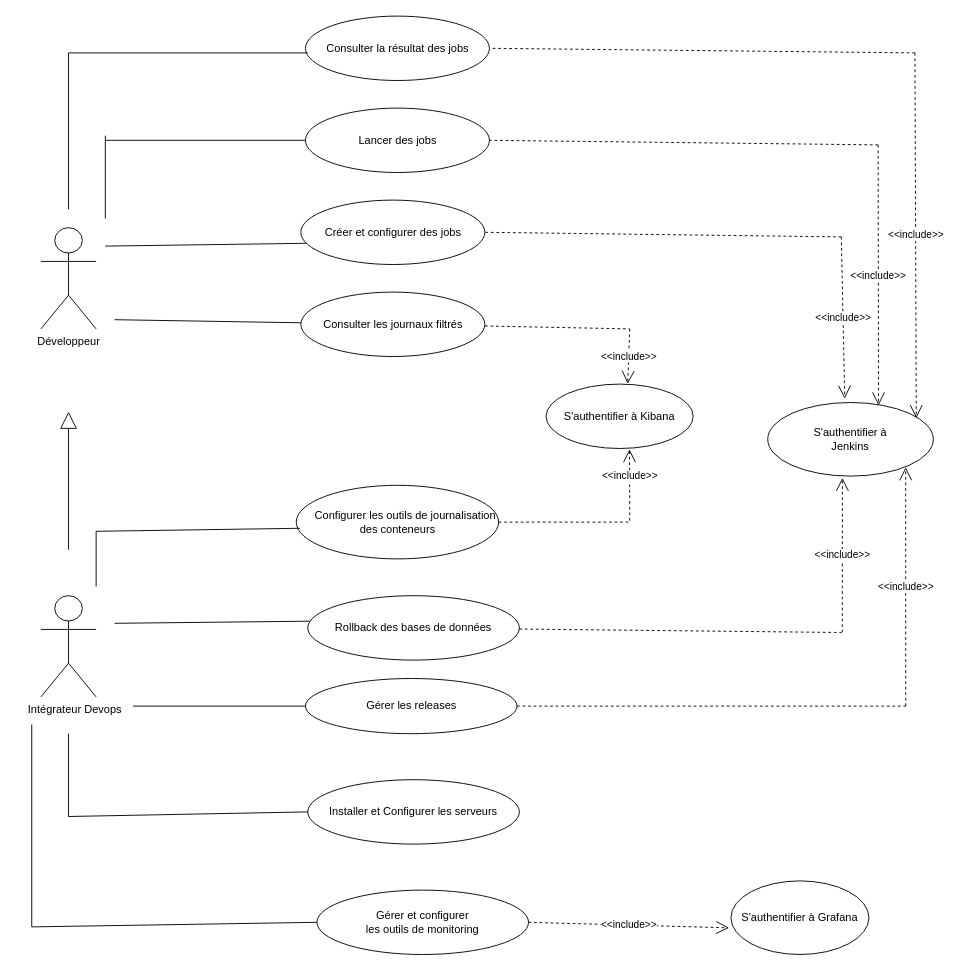
Earlier version of the draw.io diagram page "Page-13" (13 of 14) of Diagramme sans nom.drawio (EmiraDga/CanvasAnimation). Source tidied: cells renumbered, new cells numbered last; positions are measured from the earlier drawing's top-left corner, leaving out a move shared by most shapes. Both pictures are drawn from the tidied source at 92%, with x=0, y=0 at pixel (31, 16).
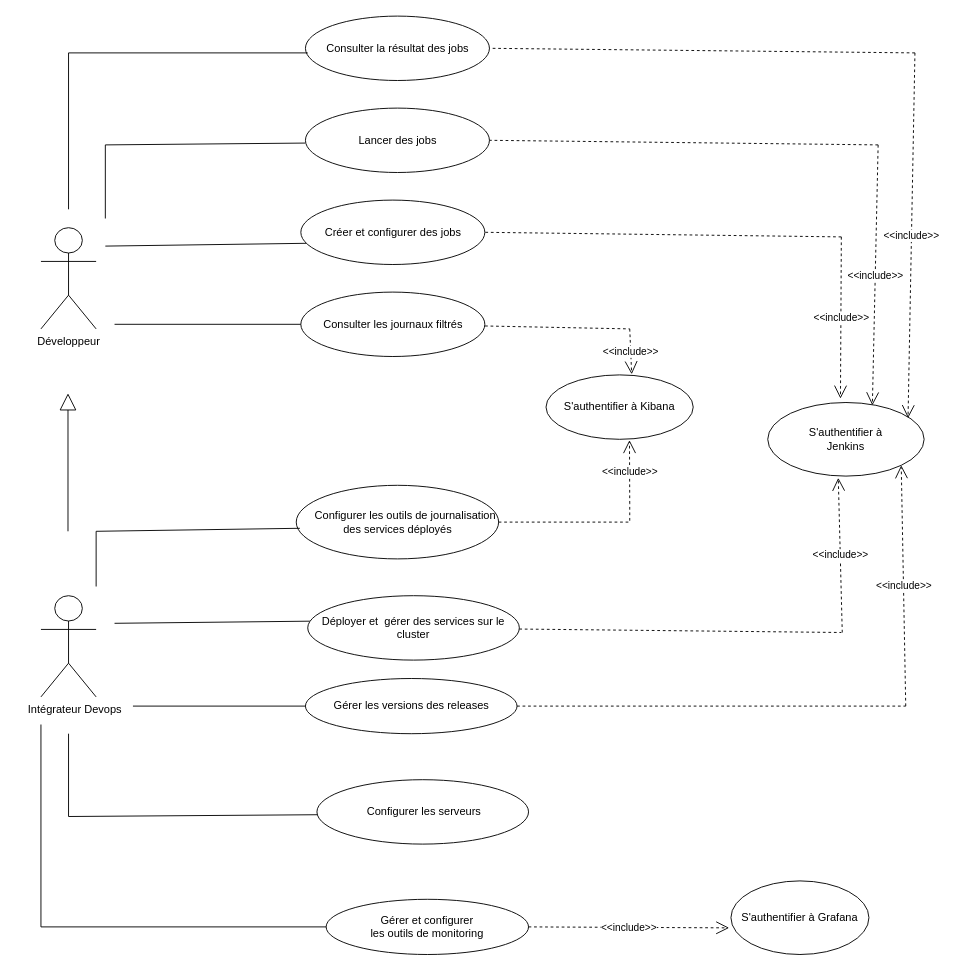
The same diagram, later.

Commit message:
Mettre à jour Diagramme sans nom.drawio

Unchanged cells that the change refers to:
```xml
<mxCell id="4" value="Consulter les journaux filtrés " style="ellipse;whiteSpace=wrap;html=1;" parent="1" vertex="1">
  <mxGeometry x="292.5" y="300" width="200" height="70" as="geometry" />
</mxCell>
<mxCell id="9" value="Lancer des jobs" style="ellipse;whiteSpace=wrap;html=1;" parent="1" vertex="1">
  <mxGeometry x="297.5" y="100" width="200" height="70" as="geometry" />
</mxCell>
```

The edit, as a diff of the source:
```diff
@@
-    <mxCell id="2" value="&lt;div&gt;&amp;nbsp;&amp;nbsp;&amp;nbsp;&amp;nbsp; Configurer les outils de journalisation des conteneurs&lt;br&gt;&lt;/div&gt;" style="ellipse;whiteSpace=wrap;html=1;" parent="1" vertex="1">
+    <mxCell id="2" value="&lt;div&gt;&amp;nbsp;&amp;nbsp;&amp;nbsp;&amp;nbsp; Configurer les outils de journalisation des services déployés&lt;br&gt;&lt;/div&gt;" style="ellipse;whiteSpace=wrap;html=1;" parent="1" vertex="1">
       <mxGeometry x="287.5" y="510" width="220" height="80" as="geometry" />
     </mxCell>
     <mxCell id="3" value="S'authentifier à Kibana" style="ellipse;whiteSpace=wrap;html=1;" parent="1" vertex="1">
-      <mxGeometry x="559" y="400" width="160" height="70" as="geometry" />
+      <mxGeometry x="559" y="390" width="160" height="70" as="geometry" />
     </mxCell>
@@
-    <mxCell id="5" value="Installer et Configurer les serveurs" style="ellipse;whiteSpace=wrap;html=1;" parent="1" vertex="1">
-      <mxGeometry x="300" y="830" width="230" height="70" as="geometry" />
+    <mxCell id="5" value="&amp;nbsp;Configurer les serveurs" style="ellipse;whiteSpace=wrap;html=1;" parent="1" vertex="1">
+      <mxGeometry x="310" y="830" width="230" height="70" as="geometry" />
     </mxCell>
     <mxCell id="6" value="Gérer et configurer &lt;br&gt;les outils de monitoring" style="ellipse;whiteSpace=wrap;html=1;" parent="1" vertex="1">
-      <mxGeometry x="310" y="950" width="230" height="70" as="geometry" />
+      <mxGeometry x="320" y="960" width="220" height="60" as="geometry" />
     </mxCell>
@@
     <mxCell id="11" value="S'authentifier à &lt;br&gt;&lt;div&gt;Jenkins&lt;/div&gt;" style="ellipse;whiteSpace=wrap;html=1;" parent="1" vertex="1">
-      <mxGeometry x="800" y="420" width="180" height="80" as="geometry" />
+      <mxGeometry x="800" y="420" width="170" height="80" as="geometry" />
     </mxCell>
     <mxCell id="12" style="endArrow=none;html=1;rounded=0;" parent="1" edge="1" target="4">
       <mxGeometry relative="1" as="geometry">
-        <mxPoint x="90" y="330" as="sourcePoint" />
+        <mxPoint x="90" y="335" as="sourcePoint" />
       </mxGeometry>
     </mxCell>
@@
-    <mxCell id="14" style="endArrow=none;html=1;rounded=0;entryX=0;entryY=0.5;entryDx=0;entryDy=0;" parent="1" edge="1" target="9">
-      <mxGeometry relative="1" as="geometry">
-        <mxPoint x="80" y="135" as="sourcePoint" />
-      </mxGeometry>
-    </mxCell>
@@
-    <mxCell id="17" value="&amp;lt;&amp;lt;include&amp;gt;&amp;gt;" style="endArrow=open;endSize=12;dashed=1;html=1;rounded=0;entryX=0.555;entryY=-0.004;entryDx=0;entryDy=0;entryPerimeter=0;" parent="1" edge="1" target="3">
+    <mxCell id="17" value="&amp;lt;&amp;lt;include&amp;gt;&amp;gt;" style="endArrow=open;endSize=12;dashed=1;html=1;rounded=0;entryX=0.582;entryY=-0.01;entryDx=0;entryDy=0;entryPerimeter=0;" parent="1" edge="1" target="3">
       <mxGeometry relative="1" as="geometry">
         <mxPoint x="650" y="340" as="sourcePoint" />
       </mxGeometry>
     </mxCell>
@@
-    <mxCell id="28" value="Gérer les releases" style="ellipse;whiteSpace=wrap;html=1;" parent="1" vertex="1">
+    <mxCell id="28" value="Gérer les versions des releases" style="ellipse;whiteSpace=wrap;html=1;" parent="1" vertex="1">
       <mxGeometry x="297.5" y="720" width="230" height="60" as="geometry" />
     </mxCell>
@@
-    <mxCell id="30" value="&amp;lt;&amp;lt;include&amp;gt;&amp;gt;" style="endArrow=open;endSize=12;dashed=1;html=1;rounded=0;entryX=0.833;entryY=0.881;entryDx=0;entryDy=0;entryPerimeter=0;" parent="1" edge="1" target="11">
+    <mxCell id="30" value="&amp;lt;&amp;lt;include&amp;gt;&amp;gt;" style="endArrow=open;endSize=12;dashed=1;html=1;rounded=0;entryX=1;entryY=1;entryDx=0;entryDy=0;" parent="1" edge="1" target="11">
       <mxGeometry relative="1" as="geometry">
         <mxPoint x="950" y="750" as="sourcePoint" />
       </mxGeometry>
     </mxCell>
@@
-    <mxCell id="35" value="Rollback des bases de données" style="ellipse;whiteSpace=wrap;html=1;" parent="1" vertex="1">
+    <mxCell id="35" value="Déployer et&amp;nbsp; gérer des services sur le cluster" style="ellipse;whiteSpace=wrap;html=1;" parent="1" vertex="1">
       <mxGeometry x="300" y="630" width="230" height="70" as="geometry" />
     </mxCell>
-    <mxCell id="36" style="endArrow=none;html=1;rounded=0;entryX=0;entryY=0.5;entryDx=0;entryDy=0;" parent="1" edge="1" target="5">
-      <mxGeometry relative="1" as="geometry">
-        <mxPoint x="40" y="870" as="sourcePoint" />
-      </mxGeometry>
-    </mxCell>
@@
-    <mxCell id="38" style="endArrow=none;html=1;rounded=0;entryX=0;entryY=0.5;entryDx=0;entryDy=0;" parent="1" edge="1" target="6">
-      <mxGeometry relative="1" as="geometry">
-        <mxPoint y="990" as="sourcePoint" />
-      </mxGeometry>
-    </mxCell>
     <mxCell id="39" style="endArrow=none;html=1;rounded=0;" parent="1" edge="1">
       <mxGeometry relative="1" as="geometry">
-        <mxPoint y="990" as="sourcePoint" />
-        <mxPoint y="770" as="targetPoint" />
+        <mxPoint x="10" y="990" as="sourcePoint" />
+        <mxPoint x="10" y="770" as="targetPoint" />
       </mxGeometry>
     </mxCell>
@@
     <mxCell id="43" style="endArrow=none;html=1;rounded=0;" parent="1" edge="1">
       <mxGeometry relative="1" as="geometry">
         <mxPoint x="80" y="220" as="sourcePoint" />
-        <mxPoint x="80" y="130" as="targetPoint" />
+        <mxPoint x="80" y="140" as="targetPoint" />
       </mxGeometry>
     </mxCell>
     <mxCell id="44" style="endArrow=block;endSize=16;endFill=0;html=1;rounded=0;" parent="1" edge="1">
       <mxGeometry relative="1" as="geometry">
-        <mxPoint x="40" y="580" as="sourcePoint" />
-        <mxPoint x="40" y="430" as="targetPoint" />
+        <mxPoint x="39.4" y="560" as="sourcePoint" />
+        <mxPoint x="39.4" y="410" as="targetPoint" />
       </mxGeometry>
     </mxCell>
@@
+    <mxCell id="46" style="endArrow=none;html=1;rounded=0;entryX=0.002;entryY=0.544;entryDx=0;entryDy=0;entryPerimeter=0;" parent="1" edge="1" target="5">
+      <mxGeometry relative="1" as="geometry">
+        <mxPoint x="40" y="870" as="sourcePoint" />
+      </mxGeometry>
+    </mxCell>
+    <mxCell id="47" style="endArrow=none;html=1;rounded=0;entryX=0;entryY=0.5;entryDx=0;entryDy=0;" parent="1" edge="1" target="6">
+      <mxGeometry relative="1" as="geometry">
+        <mxPoint x="10" y="990" as="sourcePoint" />
+      </mxGeometry>
+    </mxCell>
+    <mxCell id="48" style="endArrow=none;html=1;rounded=0;entryX=-0.001;entryY=0.543;entryDx=0;entryDy=0;entryPerimeter=0;" parent="1" edge="1" target="9">
+      <mxGeometry relative="1" as="geometry">
+        <mxPoint x="80" y="140" as="sourcePoint" />
+      </mxGeometry>
+    </mxCell>
```
